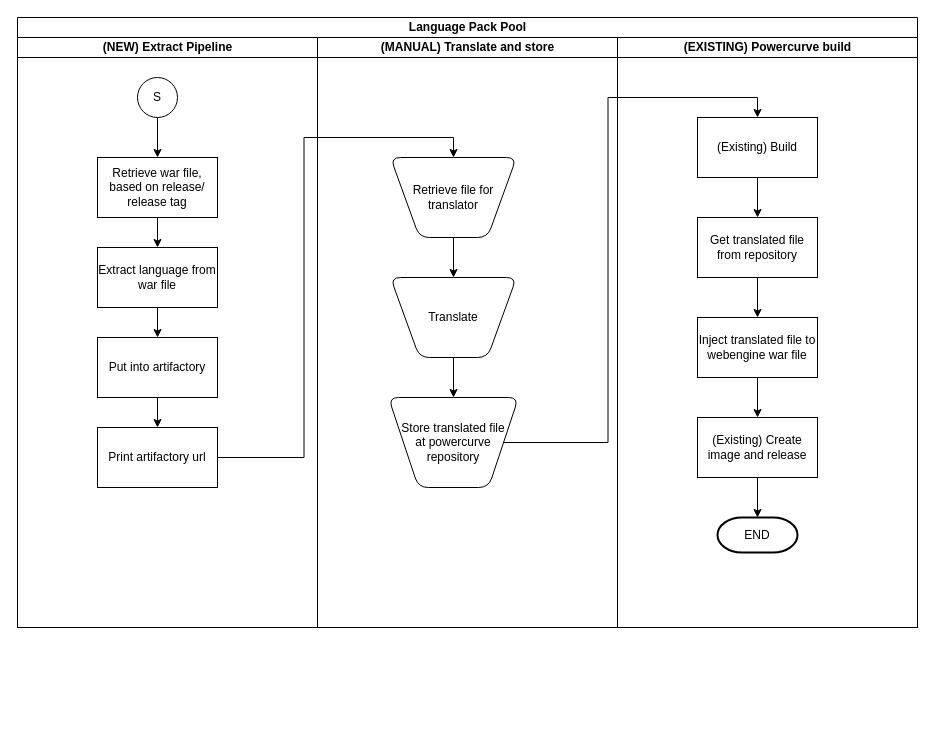
Earlier version of the draw.io diagram ExtractLanguage.drawio (reinmartha/work). Source tidied: cells renumbered, new cells numbered last; positions are measured from the earlier drawing's top-left corner, leaving out a move shared by most shapes. Both pictures are drawn from the tidied source at 100%, with x=0, y=0 at pixel (17, 17).
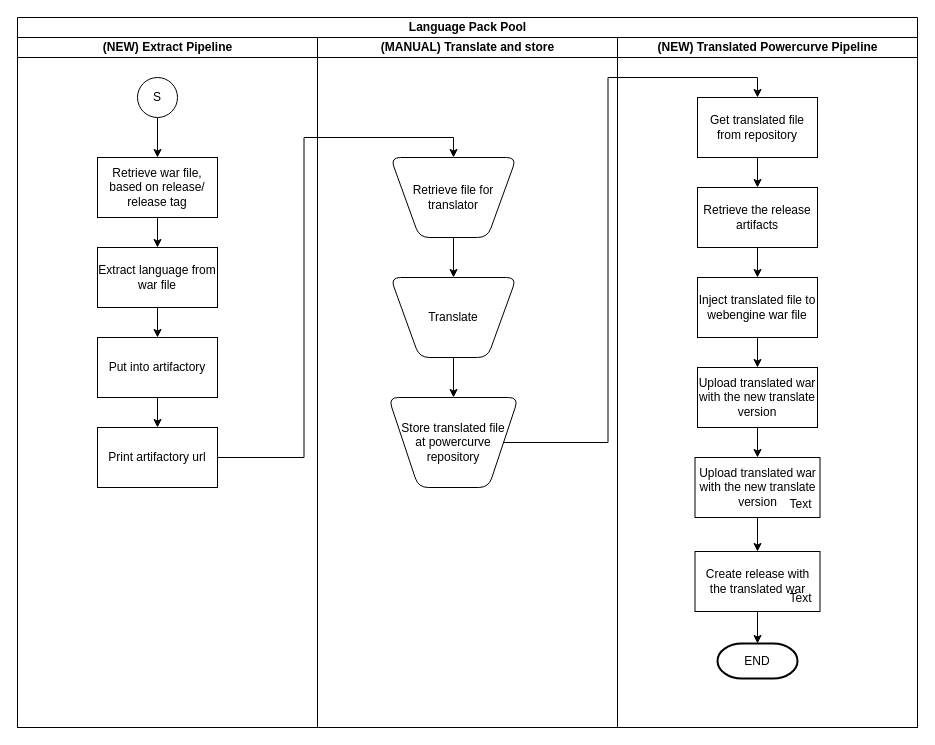
The same diagram, later.

Unchanged cells that the change refers to:
```xml
<mxCell id="18" value="&lt;span&gt;Store translated file&lt;br&gt;at powercurve repository&lt;/span&gt;" style="verticalLabelPosition=middle;verticalAlign=middle;html=1;shape=trapezoid;perimeter=trapezoidPerimeter;whiteSpace=wrap;size=0.23;arcSize=20;flipV=1;rounded=1;labelPosition=center;align=center;" parent="13" vertex="1">
  <mxGeometry x="71" y="360" width="130" height="90" as="geometry" />
</mxCell>
```

The edit, as a diff of the source:
```diff
@@
     <mxCell id="2" value="Language Pack Pool" style="swimlane;html=1;startSize=20;" parent="1" vertex="1">
-      <mxGeometry width="900" height="610" as="geometry" />
+      <mxGeometry width="900" height="710" as="geometry" />
     </mxCell>
     <mxCell id="3" value="(NEW) Extract Pipeline" style="swimlane;html=1;startSize=20;" parent="2" vertex="1">
-      <mxGeometry y="20" width="300" height="590" as="geometry" />
+      <mxGeometry y="20" width="300" height="690" as="geometry" />
     </mxCell>
@@
     <mxCell id="13" value="(MANUAL) Translate and store" style="swimlane;html=1;startSize=20;verticalAlign=middle;horizontal=1;" parent="2" vertex="1">
-      <mxGeometry x="300" y="20" width="300" height="590" as="geometry" />
+      <mxGeometry x="300" y="20" width="300" height="690" as="geometry" />
     </mxCell>
@@
-    <mxCell id="19" value="(EXISTING) Powercurve build" style="swimlane;html=1;startSize=20;" parent="2" vertex="1">
-      <mxGeometry x="600" y="20" width="300" height="590" as="geometry" />
+    <mxCell id="19" value="(NEW) Translated Powercurve Pipeline" style="swimlane;html=1;startSize=20;" parent="2" vertex="1">
+      <mxGeometry x="600" y="20" width="300" height="690" as="geometry" />
     </mxCell>
@@
-    <mxCell id="21" style="edgeStyle=orthogonalEdgeStyle;rounded=0;jettySize=auto;html=1;entryX=0.5;entryY=0;entryDx=0;entryDy=0;" parent="19" edge="1" source="23" target="24">
-      <mxGeometry relative="1" as="geometry" />
-    </mxCell>
-    <mxCell id="22" style="edgeStyle=orthogonalEdgeStyle;rounded=0;jettySize=auto;html=1;entryX=0.5;entryY=0;entryDx=0;entryDy=0;" parent="19" edge="1" source="24" target="25">
+    <mxCell id="22" style="edgeStyle=orthogonalEdgeStyle;rounded=0;jettySize=auto;html=1;entryX=0.5;entryY=0;entryDx=0;entryDy=0;" parent="19" edge="1" source="24" target="35">
       <mxGeometry relative="1" as="geometry" />
     </mxCell>
-    <mxCell id="23" value="(Existing) Build" style="rounded=0;whiteSpace=wrap;html=1;" parent="19" vertex="1">
-      <mxGeometry x="80" y="80" width="120" height="60" as="geometry" />
-    </mxCell>
+    <mxCell id="26" style="edgeStyle=orthogonalEdgeStyle;rounded=0;jettySize=auto;html=1;entryX=0.5;entryY=0;entryDx=0;entryDy=0;" parent="19" edge="1" source="27" target="36">
+      <mxGeometry relative="1" as="geometry" />
+    </mxCell>
+    <mxCell id="31" style="edgeStyle=orthogonalEdgeStyle;rounded=0;jettySize=auto;html=1;" parent="19" edge="1" source="35" target="25">
+      <mxGeometry relative="1" as="geometry" />
+    </mxCell>
+    <mxCell id="32" style="edgeStyle=orthogonalEdgeStyle;rounded=0;jettySize=auto;html=1;entryX=0.5;entryY=0;entryDx=0;entryDy=0;entryPerimeter=0;" parent="19" edge="1" source="33" target="28">
+      <mxGeometry relative="1" as="geometry" />
+    </mxCell>
+    <mxCell id="33" value="Create release with the translated war" style="rounded=0;whiteSpace=wrap;html=1;" parent="19" vertex="1">
+      <mxGeometry x="77.5" y="514" width="125" height="60" as="geometry" />
+    </mxCell>
+    <mxCell id="34" value="Text" style="text;html=1;align=center;verticalAlign=middle;" parent="33" vertex="1">
+      <mxGeometry x="85" y="37" width="40" height="20" as="geometry" />
+    </mxCell>
     <mxCell id="24" value="Get translated file from repository" style="rounded=0;whiteSpace=wrap;html=1;" parent="19" vertex="1">
-      <mxGeometry x="80" y="180" width="120" height="60" as="geometry" />
+      <mxGeometry x="80" y="60" width="120" height="60" as="geometry" />
     </mxCell>
+    <mxCell id="35" value="Retrieve the release artifacts" style="rounded=0;whiteSpace=wrap;html=1;" parent="19" vertex="1">
+      <mxGeometry x="80" y="150" width="120" height="60" as="geometry" />
+    </mxCell>
     <mxCell id="25" value="Inject translated file to webengine war file" style="rounded=0;whiteSpace=wrap;html=1;" parent="19" vertex="1">
-      <mxGeometry x="80" y="280" width="120" height="60" as="geometry" />
+      <mxGeometry x="80" y="240" width="120" height="60" as="geometry" />
     </mxCell>
-    <mxCell id="26" style="edgeStyle=orthogonalEdgeStyle;rounded=0;jettySize=auto;html=1;entryX=0.5;entryY=0;entryDx=0;entryDy=0;entryPerimeter=0;" parent="19" edge="1" source="27" target="28">
-      <mxGeometry relative="1" as="geometry" />
-    </mxCell>
-    <mxCell id="27" value="(Existing) Create image and release" style="rounded=0;whiteSpace=wrap;html=1;" parent="19" vertex="1">
-      <mxGeometry x="80" y="380" width="120" height="60" as="geometry" />
+    <mxCell id="27" value="Upload translated war with the new translate version" style="rounded=0;whiteSpace=wrap;html=1;" parent="19" vertex="1">
+      <mxGeometry x="80" y="330" width="120" height="60" as="geometry" />
     </mxCell>
+    <mxCell id="36" value="Upload translated war with the new translate version" style="rounded=0;whiteSpace=wrap;html=1;" parent="19" vertex="1">
+      <mxGeometry x="77.5" y="420" width="125" height="60" as="geometry" />
+    </mxCell>
+    <mxCell id="37" value="Text" style="text;html=1;align=center;verticalAlign=middle;" parent="36" vertex="1">
+      <mxGeometry x="85" y="37" width="40" height="20" as="geometry" />
+    </mxCell>
+    <mxCell id="38" style="edgeStyle=orthogonalEdgeStyle;rounded=0;jettySize=auto;html=1;" parent="19" edge="1" source="36" target="33">
+      <mxGeometry relative="1" as="geometry" />
+    </mxCell>
     <mxCell id="28" value="END" style="strokeWidth=2;html=1;shape=mxgraph.flowchart.terminator;whiteSpace=wrap;rounded=1;" parent="19" vertex="1">
-      <mxGeometry x="100" y="480" width="80" height="35" as="geometry" />
+      <mxGeometry x="100" y="606" width="80" height="35" as="geometry" />
     </mxCell>
@@
-    <mxCell id="30" style="edgeStyle=orthogonalEdgeStyle;rounded=0;jettySize=auto;html=1;entryX=0.5;entryY=0;entryDx=0;entryDy=0;" parent="2" edge="1" source="18" target="23">
+    <mxCell id="30" style="edgeStyle=orthogonalEdgeStyle;rounded=0;jettySize=auto;html=1;entryX=0.5;entryY=0;entryDx=0;entryDy=0;" parent="2" edge="1" source="18" target="24">
       <mxGeometry relative="1" as="geometry" />
     </mxCell>
```
